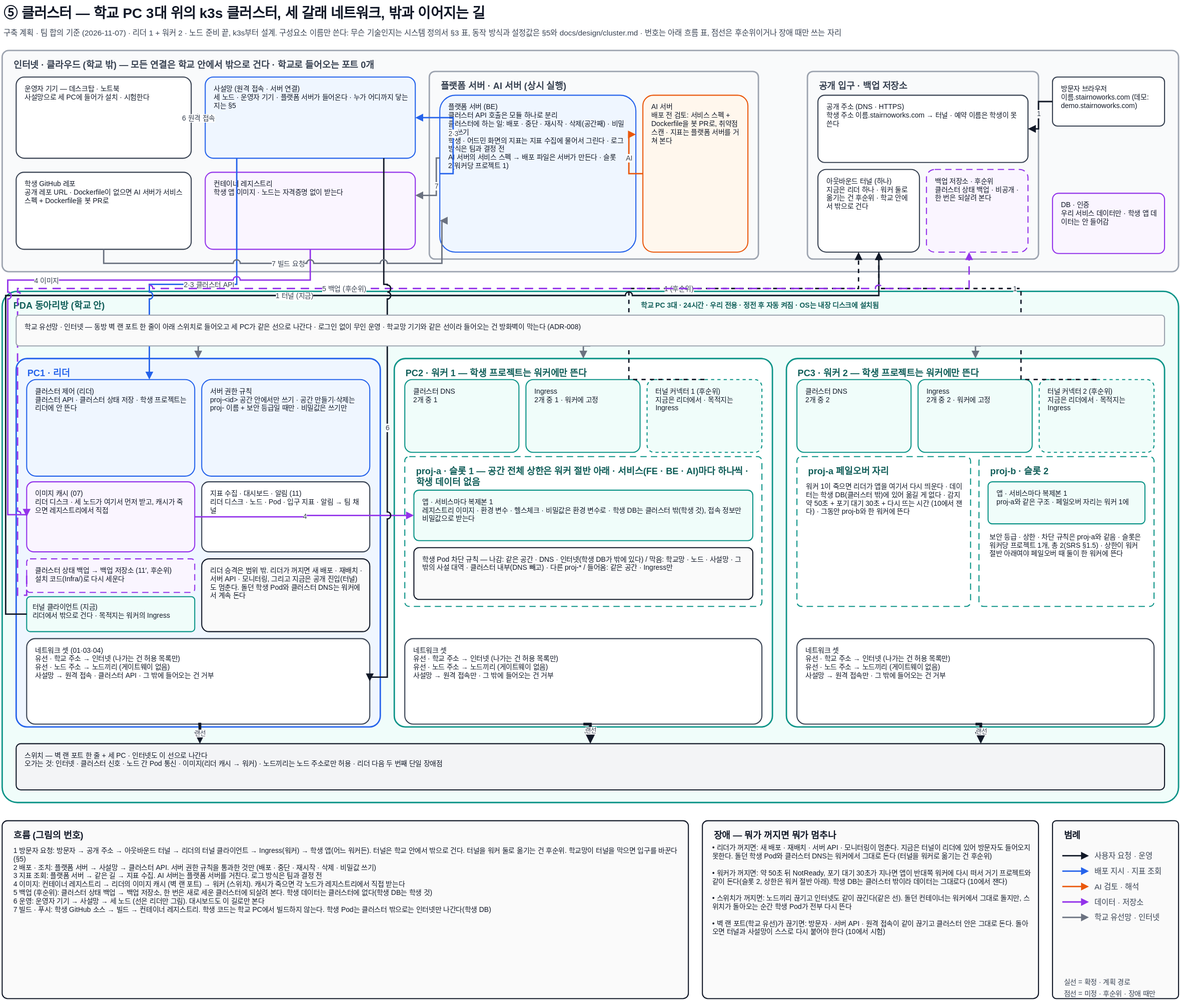
This is docs/architecture/cluster.drawio.svg from woowangthon/WOOWANGTHON_TEAM_18, a draw.io export, as it was before one commit. Source tidied: cells renumbered, new cells last; positions are measured from the earlier drawing's top-left corner, leaving out a move shared by most shapes.
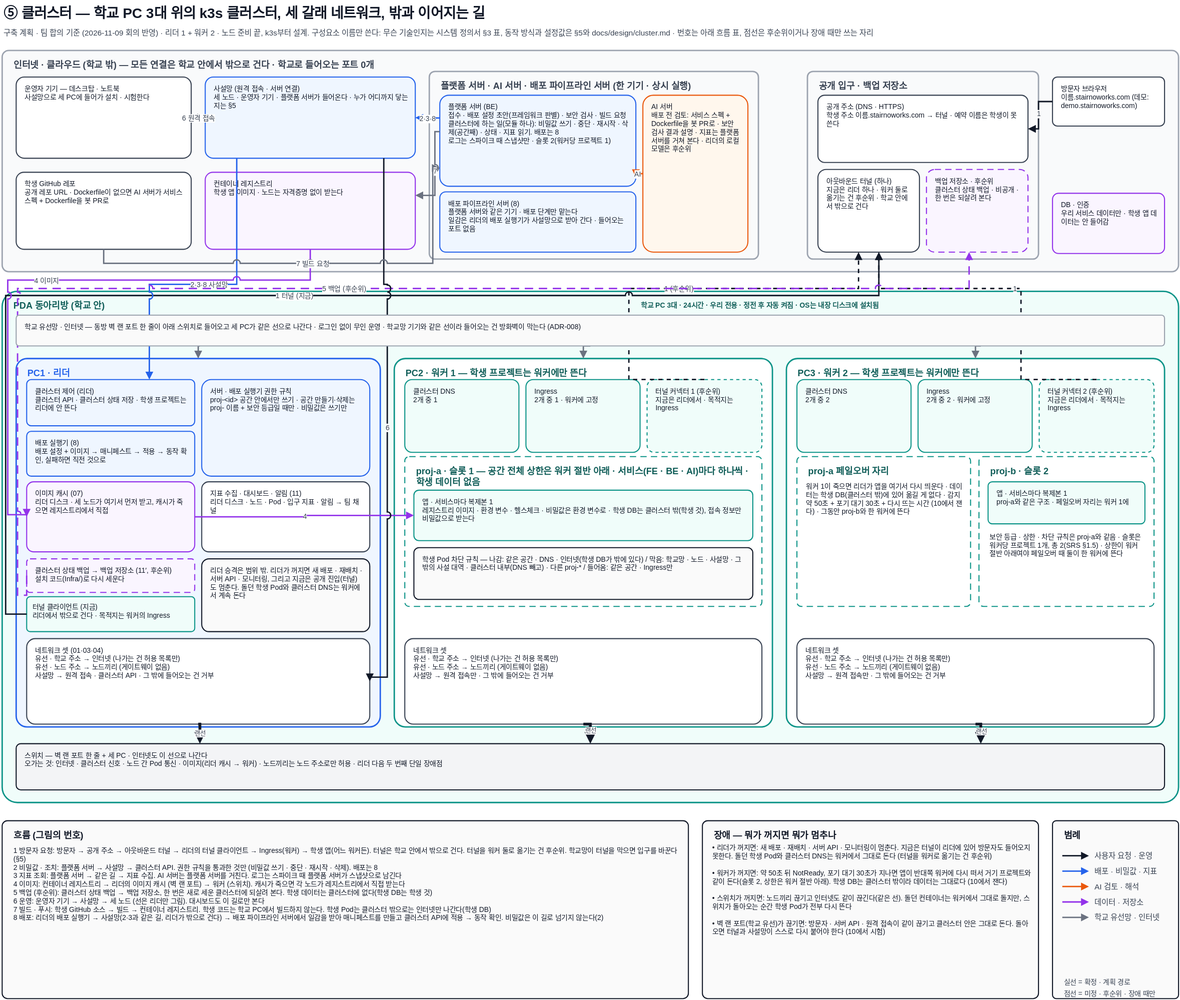
After the commit.

Change to the diagram source:
```diff
@@ -5,7 +5,7 @@
     <mxCell id="2" value="⑤ 클러스터 — 학교 PC 3대 위의 k3s 클러스터, 세 갈래 네트워크, 밖과 이어지는 길" style="text;html=1;align=left;verticalAlign=top;whiteSpace=wrap;fontSize=20;fontColor=#111827;fontStyle=1;fontFamily=Pretendard,Malgun Gothic,Apple SD Gothic Neo,sans-serif;" parent="1" vertex="1">
       <mxGeometry width="1400" height="34" as="geometry" />
     </mxCell>
-    <mxCell id="3" value="구축 계획 · 팀 합의 기준 (2026-11-07) · 리더 1 + 워커 2 · 노드 준비 끝, k3s부터 설계. 구성요소 이름만 쓴다: 무슨 기술인지는 시스템 정의서 §3 표, 동작 방식과 설정값은 §5와 docs/design/cluster.md · 번호는 아래 흐름 표, 점선은 후순위이거나 장애 때만 쓰는 자리" style="text;html=1;align=left;verticalAlign=top;whiteSpace=wrap;fontSize=11;fontColor=#374151;fontFamily=Pretendard,Malgun Gothic,Apple SD Gothic Neo,sans-serif;" parent="1" vertex="1">
+    <mxCell id="3" value="구축 계획 · 팀 합의 기준 (2026-11-09 회의 반영) · 리더 1 + 워커 2 · 노드 준비 끝, k3s부터 설계. 구성요소 이름만 쓴다: 무슨 기술인지는 시스템 정의서 §3 표, 동작 방식과 설정값은 §5와 docs/design/cluster.md · 번호는 아래 흐름 표, 점선은 후순위이거나 장애 때만 쓰는 자리" style="text;html=1;align=left;verticalAlign=top;whiteSpace=wrap;fontSize=11;fontColor=#374151;fontFamily=Pretendard,Malgun Gothic,Apple SD Gothic Neo,sans-serif;" parent="1" vertex="1">
       <mxGeometry y="34" width="1400" height="22" as="geometry" />
     </mxCell>
     <mxCell id="4" value="인터넷 · 클라우드 (학교 밖) — 모든 연결은 학교 안에서 밖으로 건다 · 학교로 들어오는 포트 0개" style="rounded=1;arcSize=3;html=1;whiteSpace=wrap;fillColor=#F9FAFB;strokeColor=#9CA3AF;strokeWidth=2;verticalAlign=top;align=left;spacingLeft=14;spacingRight=14;spacingTop=6;fontSize=13;fontStyle=1;fontColor=#374151;fontFamily=Pretendard,Malgun Gothic,Apple SD Gothic Neo,sans-serif;" parent="1" vertex="1">
@@ -50,13 +50,13 @@
     <mxCell id="17" value="컨테이너 레지스트리&lt;br&gt;학생 앱 이미지 · 노드는 자격증명 없이 받는다" style="rounded=1;arcSize=10;whiteSpace=wrap;html=1;fillColor=#FAF5FF;strokeColor=#9333EA;strokeWidth=1.5;fontSize=10;fontColor=#111827;align=left;verticalAlign=top;spacing=6;spacingLeft=6;spacingRight=6;fontFamily=Pretendard,Malgun Gothic,Apple SD Gothic Neo,sans-serif;" parent="1" vertex="1">
       <mxGeometry x="290" y="246" width="300" height="110" as="geometry" />
     </mxCell>
-    <mxCell id="18" value="플랫폼 서버 · AI 서버 (상시 실행)" style="rounded=1;arcSize=3;html=1;whiteSpace=wrap;fillColor=#F9FAFB;strokeColor=#9CA3AF;strokeWidth=2;verticalAlign=top;align=left;spacingLeft=14;spacingRight=14;spacingTop=6;fontSize=13;fontStyle=1;fontColor=#374151;fontFamily=Pretendard,Malgun Gothic,Apple SD Gothic Neo,sans-serif;" parent="1" vertex="1">
+    <mxCell id="18" value="플랫폼 서버 · AI 서버 · 배포 파이프라인 서버 (한 기기 · 상시 실행)" style="rounded=1;arcSize=3;html=1;whiteSpace=wrap;fillColor=#F9FAFB;strokeColor=#9CA3AF;strokeWidth=2;verticalAlign=top;align=left;spacingLeft=14;spacingRight=14;spacingTop=6;fontSize=13;fontStyle=1;fontColor=#374151;fontFamily=Pretendard,Malgun Gothic,Apple SD Gothic Neo,sans-serif;" parent="1" vertex="1">
       <mxGeometry x="610" y="102" width="470" height="268" as="geometry" />
     </mxCell>
-    <mxCell id="19" value="플랫폼 서버 (BE)&lt;br&gt;클러스터 API 호출은 모듈 하나로 분리&lt;br&gt;클러스터에 하는 일: 배포 · 중단 · 재시작 · 삭제(공간째) · 비밀값 쓰기&lt;br&gt;학생 · 어드민 화면의 지표는 지표 수집에 물어서 그린다 · 로그 방식은 팀과 결정 전&lt;br&gt;AI 서버의 서비스 스펙 → 배포 파일은 서버가 만든다 · 슬롯 2(워커당 프로젝트 1)" style="rounded=1;arcSize=10;whiteSpace=wrap;html=1;fillColor=#EFF6FF;strokeColor=#2563EB;strokeWidth=1.5;fontSize=10;fontColor=#111827;align=left;verticalAlign=top;spacing=6;spacingLeft=6;spacingRight=6;fontFamily=Pretendard,Malgun Gothic,Apple SD Gothic Neo,sans-serif;" parent="1" vertex="1">
-      <mxGeometry x="625" y="136" width="280" height="224" as="geometry" />
+    <mxCell id="19" value="플랫폼 서버 (BE)&lt;br&gt;접수 · 배포 설정 초안(프레임워크 판별) · 보안 검사 · 빌드 요청&lt;br&gt;클러스터에 하는 일(모듈 하나): 비밀값 쓰기 · 중단 · 재시작 · 삭제(공간째) · 상태 · 지표 읽기. 배포는 8&lt;br&gt;로그는 스파이크 때 스냅샷만 · 슬롯 2(워커당 프로젝트 1)" style="rounded=1;arcSize=10;whiteSpace=wrap;html=1;fillColor=#EFF6FF;strokeColor=#2563EB;strokeWidth=1.5;fontSize=10;fontColor=#111827;align=left;verticalAlign=top;spacing=6;spacingLeft=6;spacingRight=6;fontFamily=Pretendard,Malgun Gothic,Apple SD Gothic Neo,sans-serif;" parent="1" vertex="1">
+      <mxGeometry x="625" y="136" width="280" height="130" as="geometry" />
     </mxCell>
-    <mxCell id="20" value="AI 서버&lt;br&gt;배포 전 검토: 서비스 스펙 + Dockerfile을 봇 PR로, 취약점 스캔 · 지표는 플랫폼 서버를 거쳐 본다" style="rounded=1;arcSize=10;whiteSpace=wrap;html=1;fillColor=#FFF7ED;strokeColor=#EA580C;strokeWidth=1.5;fontSize=10;fontColor=#111827;align=left;verticalAlign=top;spacing=6;spacingLeft=6;spacingRight=6;fontFamily=Pretendard,Malgun Gothic,Apple SD Gothic Neo,sans-serif;" parent="1" vertex="1">
+    <mxCell id="20" value="AI 서버&lt;br&gt;배포 전 검토: 서비스 스펙 + Dockerfile을 봇 PR로 · 보안 검사 결과 설명 · 지표는 플랫폼 서버를 거쳐 본다 · 리더의 로컬 모델은 후순위" style="rounded=1;arcSize=10;whiteSpace=wrap;html=1;fillColor=#FFF7ED;strokeColor=#EA580C;strokeWidth=1.5;fontSize=10;fontColor=#111827;align=left;verticalAlign=top;spacing=6;spacingLeft=6;spacingRight=6;fontFamily=Pretendard,Malgun Gothic,Apple SD Gothic Neo,sans-serif;" parent="1" vertex="1">
       <mxGeometry x="915" y="136" width="150" height="224" as="geometry" />
     </mxCell>
     <mxCell id="21" value="공개 입구 · 백업 저장소" style="rounded=1;arcSize=3;html=1;whiteSpace=wrap;fillColor=#F9FAFB;strokeColor=#9CA3AF;strokeWidth=2;verticalAlign=top;align=left;spacingLeft=14;spacingRight=14;spacingTop=6;fontSize=13;fontStyle=1;fontColor=#374151;fontFamily=Pretendard,Malgun Gothic,Apple SD Gothic Neo,sans-serif;" parent="1" vertex="1">
@@ -78,9 +78,9 @@
       <mxGeometry x="1500" y="276" width="160" height="86" as="geometry" />
     </mxCell>
     <mxCell id="27" value="클러스터 제어 (리더)&lt;br&gt;클러스터 API · 클러스터 상태 저장 · 학생 프로젝트는 리더에 안 뜬다" style="rounded=1;arcSize=10;whiteSpace=wrap;html=1;fillColor=#EFF6FF;strokeColor=#2563EB;strokeWidth=1.5;fontSize=10;fontColor=#111827;align=left;verticalAlign=top;spacing=6;spacingLeft=6;spacingRight=6;fontFamily=Pretendard,Malgun Gothic,Apple SD Gothic Neo,sans-serif;" parent="1" vertex="1">
-      <mxGeometry x="35" y="542" width="240" height="138" as="geometry" />
+      <mxGeometry x="35" y="542" width="240" height="66" as="geometry" />
     </mxCell>
-    <mxCell id="28" value="서버 권한 규칙&lt;br&gt;proj-&amp;lt;id&amp;gt; 공간 안에서만 쓰기 · 공간 만들기·삭제는 proj- 이름 + 보안 등급일 때만 · 비밀값은 쓰기만" style="rounded=1;arcSize=10;whiteSpace=wrap;html=1;fillColor=#EFF6FF;strokeColor=#2563EB;strokeWidth=1.5;fontSize=10;fontColor=#111827;align=left;verticalAlign=top;spacing=6;spacingLeft=6;spacingRight=6;fontFamily=Pretendard,Malgun Gothic,Apple SD Gothic Neo,sans-serif;" parent="1" vertex="1">
+    <mxCell id="28" value="서버 · 배포 실행기 권한 규칙&lt;br&gt;proj-&amp;lt;id&amp;gt; 공간 안에서만 쓰기 · 공간 만들기·삭제는 proj- 이름 + 보안 등급일 때만 · 비밀값은 쓰기만" style="rounded=1;arcSize=10;whiteSpace=wrap;html=1;fillColor=#EFF6FF;strokeColor=#2563EB;strokeWidth=1.5;fontSize=10;fontColor=#111827;align=left;verticalAlign=top;spacing=6;spacingLeft=6;spacingRight=6;fontFamily=Pretendard,Malgun Gothic,Apple SD Gothic Neo,sans-serif;" parent="1" vertex="1">
       <mxGeometry x="285" y="542" width="240" height="138" as="geometry" />
     </mxCell>
     <mxCell id="29" value="이미지 캐시 (07)&lt;br&gt;리더 디스크 · 세 노드가 여기서 먼저 받고, 캐시가 죽으면 레지스트리에서 직접" style="rounded=1;arcSize=10;whiteSpace=wrap;html=1;fillColor=#FAF5FF;strokeColor=#9333EA;strokeWidth=1.5;fontSize=10;fontColor=#111827;align=left;verticalAlign=top;spacing=6;spacingLeft=6;spacingRight=6;fontFamily=Pretendard,Malgun Gothic,Apple SD Gothic Neo,sans-serif;" parent="1" vertex="1">
@@ -195,15 +195,14 @@
         </Array>
       </mxGeometry>
     </mxCell>
-    <mxCell id="61" value="2·3" style="edgeStyle=orthogonalEdgeStyle;rounded=0;jettySize=auto;html=1;jumpStyle=arc;jumpSize=8;endArrow=block;endFill=1;strokeWidth=2;fontSize=10;labelBackgroundColor=#FFFFFF;fontFamily=Pretendard,Malgun Gothic,Apple SD Gothic Neo,sans-serif;fontColor=#374151;strokeColor=#2563EB;exitX=0;exitY=0.5;exitDx=0;exitDy=0;entryX=1;entryY=0.5;entryDx=0;entryDy=0;" parent="1" edge="1" source="19" target="15">
+    <mxCell id="61" value="2·3·8" style="edgeStyle=orthogonalEdgeStyle;rounded=0;jettySize=auto;html=1;jumpStyle=arc;jumpSize=8;endArrow=block;endFill=1;strokeWidth=2;fontSize=10;labelBackgroundColor=#FFFFFF;fontFamily=Pretendard,Malgun Gothic,Apple SD Gothic Neo,sans-serif;fontColor=#374151;strokeColor=#2563EB;exitX=0;exitY=0.25;exitDx=0;exitDy=0;entryX=1;entryY=0.5;entryDx=0;entryDy=0;" parent="1" edge="1" source="19" target="15">
       <mxGeometry relative="1" as="geometry">
         <Array as="points">
-          <mxPoint x="644" y="248" />
-          <mxPoint x="644" y="168" />
+          <mxPoint x="607" y="168" />
         </Array>
       </mxGeometry>
     </mxCell>
-    <mxCell id="62" value="2·3 클러스터 API" style="edgeStyle=orthogonalEdgeStyle;rounded=0;jettySize=auto;html=1;jumpStyle=arc;jumpSize=8;endArrow=block;endFill=1;strokeWidth=2;fontSize=10;labelBackgroundColor=#FFFFFF;fontFamily=Pretendard,Malgun Gothic,Apple SD Gothic Neo,sans-serif;fontColor=#374151;strokeColor=#2563EB;exitX=0.15;exitY=1;exitDx=0;exitDy=0;entryX=0.73;entryY=0;entryDx=0;entryDy=0;" parent="1" edge="1" source="15" target="27">
+    <mxCell id="62" value="2·3·8 사설망" style="edgeStyle=orthogonalEdgeStyle;rounded=0;jettySize=auto;html=1;jumpStyle=arc;jumpSize=8;endArrow=block;endFill=1;strokeWidth=2;fontSize=10;labelBackgroundColor=#FFFFFF;fontFamily=Pretendard,Malgun Gothic,Apple SD Gothic Neo,sans-serif;fontColor=#374151;strokeColor=#2563EB;exitX=0.15;exitY=1;exitDx=0;exitDy=0;entryX=0.73;entryY=0;entryDx=0;entryDy=0;" parent="1" edge="1" source="15" target="27">
       <mxGeometry relative="1" as="geometry">
         <Array as="points">
           <mxPoint x="335" y="406" />
@@ -248,23 +247,23 @@
       <mxGeometry relative="1" as="geometry">
         <Array as="points">
           <mxPoint x="145" y="376" />
-          <mxPoint x="628" y="376" />
-          <mxPoint x="628" y="315" />
+          <mxPoint x="615" y="376" />
+          <mxPoint x="615" y="240" />
         </Array>
       </mxGeometry>
     </mxCell>
     <mxCell id="69" value="7" style="edgeStyle=orthogonalEdgeStyle;rounded=0;jettySize=auto;html=1;jumpStyle=arc;jumpSize=8;endArrow=block;endFill=1;strokeWidth=2;fontSize=10;labelBackgroundColor=#FFFFFF;fontFamily=Pretendard,Malgun Gothic,Apple SD Gothic Neo,sans-serif;fontColor=#374151;strokeColor=#6B7280;exitX=0;exitY=0.4;exitDx=0;exitDy=0;entryX=1;entryY=0.3;entryDx=0;entryDy=0;" parent="1" edge="1" source="19" target="17">
       <mxGeometry relative="1" as="geometry">
         <Array as="points">
-          <mxPoint x="620" y="226" />
-          <mxPoint x="620" y="279" />
+          <mxPoint x="618" y="188" />
+          <mxPoint x="618" y="279" />
         </Array>
       </mxGeometry>
     </mxCell>
-    <mxCell id="70" value="AI" style="edgeStyle=orthogonalEdgeStyle;rounded=0;jettySize=auto;html=1;jumpStyle=arc;jumpSize=8;endArrow=block;endFill=1;strokeWidth=2;fontSize=10;labelBackgroundColor=#FFFFFF;fontFamily=Pretendard,Malgun Gothic,Apple SD Gothic Neo,sans-serif;fontColor=#374151;strokeColor=#EA580C;exitX=0;exitY=0.5;exitDx=0;exitDy=0;entryX=1;entryY=0.25;entryDx=0;entryDy=0;" parent="1" edge="1" source="20" target="19">
+    <mxCell id="70" value="AI" style="edgeStyle=orthogonalEdgeStyle;rounded=0;jettySize=auto;html=1;jumpStyle=arc;jumpSize=8;endArrow=block;endFill=1;strokeWidth=2;fontSize=10;labelBackgroundColor=#FFFFFF;fontFamily=Pretendard,Malgun Gothic,Apple SD Gothic Neo,sans-serif;fontColor=#374151;strokeColor=#EA580C;exitX=0;exitY=0.5;exitDx=0;exitDy=0;entryX=1;entryY=0.9;entryDx=0;entryDy=0;" parent="1" edge="1" source="20" target="19">
       <mxGeometry relative="1" as="geometry" />
     </mxCell>
-    <mxCell id="71" value="1 방문자 요청: 방문자 → 공개 주소 → 아웃바운드 터널 → 리더의 터널 클라이언트 → Ingress(워커) → 학생 앱(어느 워커든). 터널은 학교 안에서 밖으로 건다. 터널을 워커 둘로 옮기는 건 후순위. 학교망이 터널을 막으면 입구를 바꾼다(§5)&lt;br&gt;2 배포 · 조치: 플랫폼 서버 → 사설망 → 클러스터 API. 서버 권한 규칙을 통과한 것만 (배포 · 중단 · 재시작 · 삭제 · 비밀값 쓰기)&lt;br&gt;3 지표 조회: 플랫폼 서버 → 같은 길 → 지표 수집. AI 서버는 플랫폼 서버를 거친다. 로그 방식은 팀과 결정 전&lt;br&gt;4 이미지: 컨테이너 레지스트리 → 리더의 이미지 캐시 (벽 랜 포트) → 워커 (스위치). 캐시가 죽으면 각 노드가 레지스트리에서 직접 받는다&lt;br&gt;5 백업 (후순위): 클러스터 상태 백업 → 백업 저장소, 한 번은 새로 세운 클러스터에 되살려 본다. 학생 데이터는 클러스터에 없다(학생 DB는 학생 것)&lt;br&gt;6 운영: 운영자 기기 → 사설망 → 세 노드 (선은 리더만 그림). 대시보드도 이 길로만 본다&lt;br&gt;7 빌드 · 푸시: 학생 GitHub 소스 → 빌드 → 컨테이너 레지스트리. 학생 코드는 학교 PC에서 빌드하지 않는다. 학생 Pod는 클러스터 밖으로는 인터넷만 나간다(학생 DB)" style="text;html=1;align=left;verticalAlign=top;whiteSpace=wrap;fontSize=10;fontColor=#111827;fontFamily=Pretendard,Malgun Gothic,Apple SD Gothic Neo,sans-serif;" parent="1" vertex="1">
+    <mxCell id="71" value="1 방문자 요청: 방문자 → 공개 주소 → 아웃바운드 터널 → 리더의 터널 클라이언트 → Ingress(워커) → 학생 앱(어느 워커든). 터널은 학교 안에서 밖으로 건다. 터널을 워커 둘로 옮기는 건 후순위. 학교망이 터널을 막으면 입구를 바꾼다(§5)&lt;br&gt;2 비밀값 · 조치: 플랫폼 서버 → 사설망 → 클러스터 API. 권한 규칙을 통과한 것만 (비밀값 쓰기 · 중단 · 재시작 · 삭제). 배포는 8&lt;br&gt;3 지표 조회: 플랫폼 서버 → 같은 길 → 지표 수집. AI 서버는 플랫폼 서버를 거친다. 로그는 스파이크 때 플랫폼 서버가 스냅샷으로 남긴다&lt;br&gt;4 이미지: 컨테이너 레지스트리 → 리더의 이미지 캐시 (벽 랜 포트) → 워커 (스위치). 캐시가 죽으면 각 노드가 레지스트리에서 직접 받는다&lt;br&gt;5 백업 (후순위): 클러스터 상태 백업 → 백업 저장소, 한 번은 새로 세운 클러스터에 되살려 본다. 학생 데이터는 클러스터에 없다(학생 DB는 학생 것)&lt;br&gt;6 운영: 운영자 기기 → 사설망 → 세 노드 (선은 리더만 그림). 대시보드도 이 길로만 본다&lt;br&gt;7 빌드 · 푸시: 학생 GitHub 소스 → 빌드 → 컨테이너 레지스트리. 학생 코드는 학교 PC에서 빌드하지 않는다. 학생 Pod는 클러스터 밖으로는 인터넷만 나간다(학생 DB)&lt;br&gt;8 배포: 리더의 배포 실행기 → 사설망(2·3과 같은 길, 리더가 밖으로 건다) → 배포 파이프라인 서버에서 일감을 받아 매니페스트를 만들고 클러스터 API에 적용 → 동작 확인. 비밀값은 이 길로 넘기지 않는다(2)" style="text;html=1;align=left;verticalAlign=top;whiteSpace=wrap;fontSize=10;fontColor=#111827;fontFamily=Pretendard,Malgun Gothic,Apple SD Gothic Neo,sans-serif;" parent="1" vertex="1">
       <mxGeometry x="14" y="1202" width="955" height="220" as="geometry" />
     </mxCell>
     <mxCell id="72" value="• 리더가 꺼지면: 새 배포 · 재배치 · 서버 API · 모니터링이 멈춘다. 지금은 터널이 리더에 있어 방문자도 들어오지 못한다. 돌던 학생 Pod와 클러스터 DNS는 워커에서 그대로 돈다 (터널을 워커로 옮기는 건 후순위)&lt;br&gt;&lt;br&gt;• 워커가 꺼지면: 약 50초 뒤 NotReady, 포기 대기 30초가 지나면 앱이 반대쪽 워커에 다시 떠서 거기 프로젝트와 같이 돈다(슬롯 2, 상한은 워커 절반 아래). 학생 DB는 클러스터 밖이라 데이터는 그대로다 (10에서 잰다)&lt;br&gt;&lt;br&gt;• 스위치가 꺼지면: 노드끼리 끊기고 인터넷도 같이 끊긴다(같은 선). 돌던 컨테이너는 워커에서 그대로 돌지만, 스위치가 돌아오는 순간 학생 Pod가 전부 다시 뜬다&lt;br&gt;&lt;br&gt;• 벽 랜 포트(학교 유선)가 끊기면: 방문자 · 서버 API · 원격 접속이 같이 끊기고 클러스터 안은 그대로 돈다. 돌아오면 터널과 사설망이 스스로 다시 붙어야 한다 (10에서 시험)" style="text;html=1;align=left;verticalAlign=top;whiteSpace=wrap;fontSize=10;fontColor=#111827;fontFamily=Pretendard,Malgun Gothic,Apple SD Gothic Neo,sans-serif;" parent="1" vertex="1">
@@ -285,7 +284,7 @@
         <mxPoint x="1552" y="1244" as="targetPoint" />
       </mxGeometry>
     </mxCell>
-    <mxCell id="76" value="배포 지시 · 지표 조회" style="text;html=1;align=left;verticalAlign=middle;whiteSpace=wrap;fontSize=11;fontColor=#374151;fontFamily=Pretendard,Malgun Gothic,Apple SD Gothic Neo,sans-serif;" parent="1" vertex="1">
+    <mxCell id="76" value="배포 · 비밀값 · 지표" style="text;html=1;align=left;verticalAlign=middle;whiteSpace=wrap;fontSize=11;fontColor=#374151;fontFamily=Pretendard,Malgun Gothic,Apple SD Gothic Neo,sans-serif;" parent="1" vertex="1">
       <mxGeometry x="1558" y="1234" width="118" height="20" as="geometry" />
     </mxCell>
     <mxCell id="77" style="endArrow=block;endFill=1;strokeWidth=2;html=1;strokeColor=#EA580C;" parent="1" edge="1">
@@ -324,5 +323,11 @@
     <mxCell id="85" value="점선 = 미정 · 후순위 · 장애 때만" style="text;html=1;align=left;verticalAlign=top;whiteSpace=wrap;fontSize=10;fontColor=#374151;fontFamily=Pretendard,Malgun Gothic,Apple SD Gothic Neo,sans-serif;" parent="1" vertex="1">
       <mxGeometry x="1514" y="1406" width="160" height="16" as="geometry" />
     </mxCell>
+    <mxCell id="86" value="배포 파이프라인 서버 (8)&lt;br&gt;플랫폼 서버와 같은 기기 · 배포 단계만 맡는다&lt;br&gt;일감은 리더의 배포 실행기가 사설망으로 받아 간다 · 들어오는 포트 없음" style="rounded=1;arcSize=10;whiteSpace=wrap;html=1;fillColor=#EFF6FF;strokeColor=#2563EB;strokeWidth=1.5;fontSize=10;fontColor=#111827;align=left;verticalAlign=top;spacing=6;spacingLeft=6;spacingRight=6;fontFamily=Pretendard,Malgun Gothic,Apple SD Gothic Neo,sans-serif;" parent="1" vertex="1">
+      <mxGeometry x="625" y="274" width="280" height="86" as="geometry" />
+    </mxCell>
+    <mxCell id="87" value="배포 실행기 (8)&lt;br&gt;배포 설정 + 이미지 → 매니페스트 → 적용 → 동작 확인, 실패하면 직전 것으로" style="rounded=1;arcSize=10;whiteSpace=wrap;html=1;fillColor=#EFF6FF;strokeColor=#2563EB;strokeWidth=1.5;fontSize=10;fontColor=#111827;align=left;verticalAlign=top;spacing=6;spacingLeft=6;spacingRight=6;fontFamily=Pretendard,Malgun Gothic,Apple SD Gothic Neo,sans-serif;" parent="1" vertex="1">
+      <mxGeometry x="35" y="616" width="240" height="64" as="geometry" />
+    </mxCell>
   </root>
 </mxGraphModel>
```
